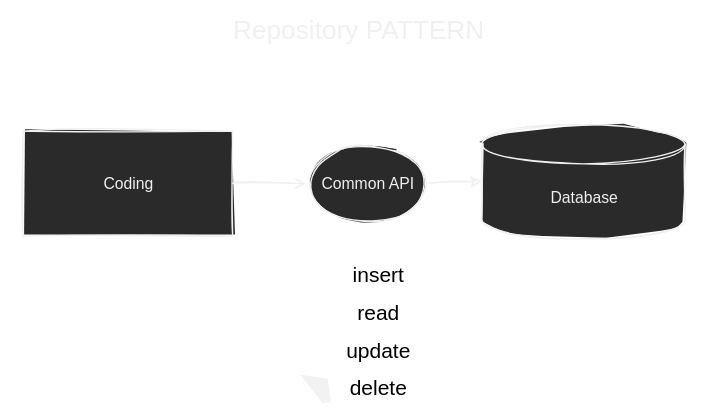
This is images/spring_data_schema.svg from matiaspakua/tech.notes.io, a draw.io export, as it was before one commit. Source tidied: cells renumbered, new cells last; positions are measured from the earlier drawing's top-left corner, leaving out a move shared by most shapes.
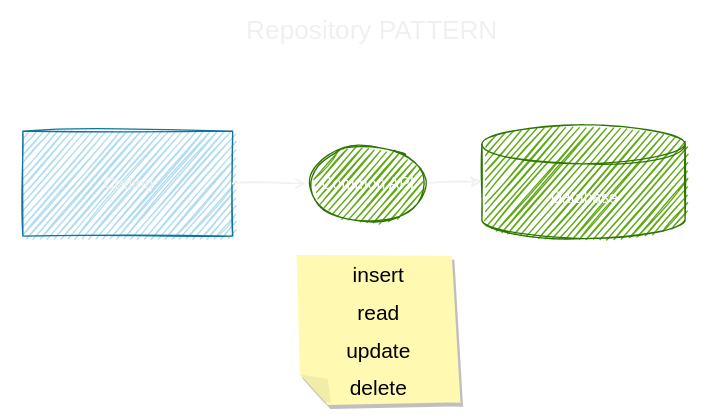
After the commit.

The edit, as a diff of the source:
```diff
@@ -2,10 +2,10 @@
   <root>
     <mxCell id="0" />
     <mxCell id="1" parent="0" />
-    <mxCell id="2" value="Coding" style="rounded=0;whiteSpace=wrap;html=1;" parent="1" vertex="1">
+    <mxCell id="2" value="Coding" style="rounded=0;whiteSpace=wrap;html=1;fillColor=#b1ddf0;strokeColor=#10739e;" parent="1" vertex="1">
       <mxGeometry y="87" width="160" height="80" as="geometry" />
     </mxCell>
-    <mxCell id="3" value="Database" style="shape=cylinder3;whiteSpace=wrap;html=1;boundedLbl=1;backgroundOutline=1;size=15;" parent="1" vertex="1">
+    <mxCell id="3" value="Database" style="shape=cylinder3;whiteSpace=wrap;html=1;boundedLbl=1;backgroundOutline=1;size=15;fillColor=#60a917;strokeColor=#2D7600;fontColor=#ffffff;" parent="1" vertex="1">
       <mxGeometry x="350" y="82" width="155" height="87" as="geometry" />
     </mxCell>
     <mxCell id="4" style="edgeStyle=none;curved=1;rounded=0;jettySize=auto;html=1;endArrow=open;sourcePerimeterSpacing=8;targetPerimeterSpacing=8;fontSize=16;sketch=1;exitX=1;exitY=0.5;exitDx=0;exitDy=0;entryX=0;entryY=0.5;entryDx=0;entryDy=0;" parent="1" edge="1" source="2" target="6">
@@ -14,10 +14,10 @@
     <mxCell id="5" style="edgeStyle=none;html=1;entryX=0;entryY=0.5;entryDx=0;entryDy=0;entryPerimeter=0;" parent="1" edge="1" source="6" target="3">
       <mxGeometry relative="1" as="geometry" />
     </mxCell>
-    <mxCell id="6" value="Common API" style="ellipse;whiteSpace=wrap;html=1;" parent="1" vertex="1">
+    <mxCell id="6" value="Common API" style="ellipse;whiteSpace=wrap;html=1;fillColor=#60a917;strokeColor=#2D7600;fontColor=#ffffff;" parent="1" vertex="1">
       <mxGeometry x="216" y="97" width="93" height="60" as="geometry" />
     </mxCell>
-    <mxCell id="7" value="&lt;font style=&quot;font-size: 16px&quot;&gt;insert&lt;br&gt;read&lt;br&gt;update&lt;br&gt;delete&lt;/font&gt;" style="shape=note;whiteSpace=wrap;html=1;backgroundOutline=1;fontColor=#000000;darkOpacity=0.05;fillColor=#FFF9B2;strokeColor=none;fillStyle=solid;direction=west;gradientDirection=north;gradientColor=#FFF2A1;shadow=1;size=20;fontSize=24;sketch=1;jiggle=2;" parent="1" vertex="1">
+    <mxCell id="7" value="&lt;font style=&quot;font-size: 16px&quot;&gt;insert&lt;br&gt;read&lt;br&gt;update&lt;br&gt;delete&lt;/font&gt;" style="shape=note;whiteSpace=wrap;html=1;backgroundOutline=1;fontColor=#000000;darkOpacity=0.05;fillColor=#FFF9B2;strokeColor=none;fillStyle=solid;direction=west;gradientDirection=north;shadow=1;size=20;fontSize=24;sketch=1;jiggle=2;" parent="1" vertex="1">
       <mxGeometry x="211" y="180" width="119" height="113" as="geometry" />
     </mxCell>
     <mxCell id="8" value="&lt;font style=&quot;font-size: 20px&quot;&gt;Repository PATTERN&lt;/font&gt;" style="text;html=1;align=center;verticalAlign=middle;strokeColor=none;strokeWidth=6;" parent="1" vertex="1">
```
